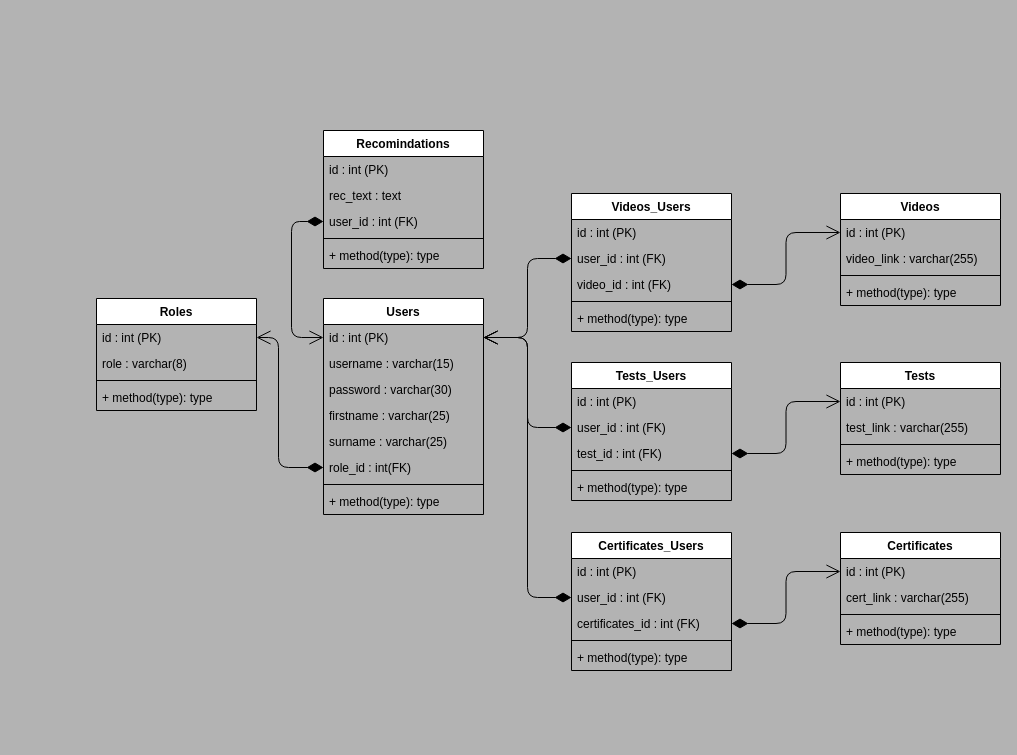
Above: Online_Curses_Support.drawio in Urlilka/Online_Curses_Support (draw.io), before the change. Source tidied: cells renumbered, new cells numbered last; positions are measured from the earlier drawing's top-left corner, leaving out a move shared by most shapes. Both pictures are drawn from the tidied source at 100%, with x=0, y=0 at pixel (96, 130).
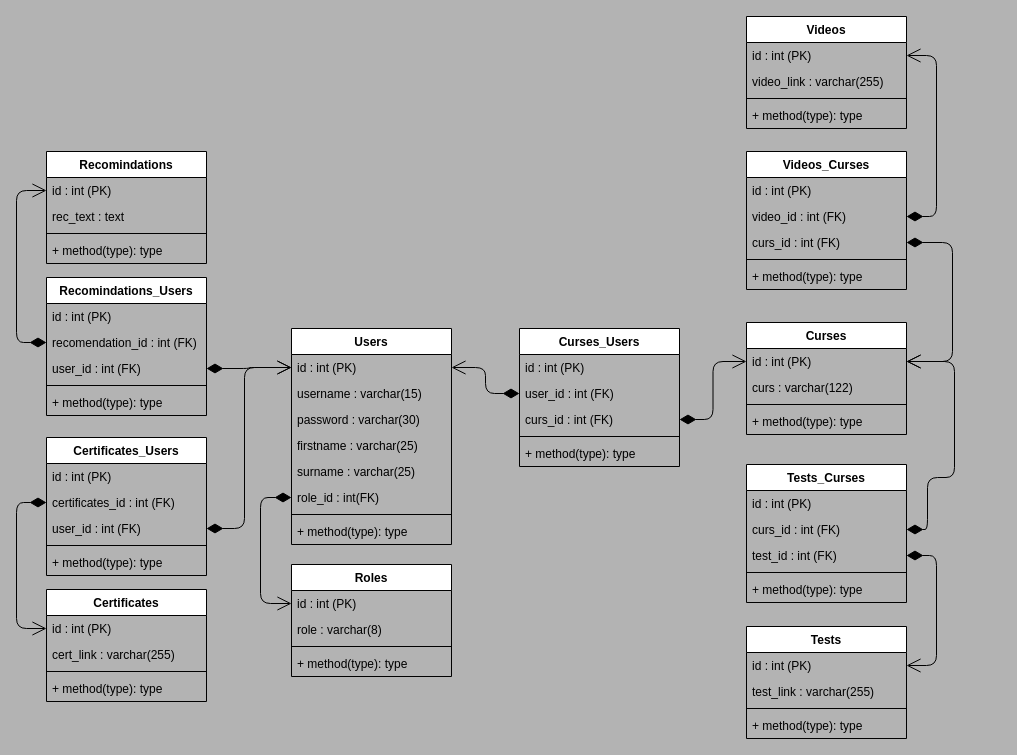
Above is the later version.

The change refers to these unchanged cells:
```xml
<mxCell id="3" value="id : int (PK)" style="text;strokeColor=none;fillColor=none;align=left;verticalAlign=top;spacingLeft=4;spacingRight=4;overflow=hidden;points=[[0,0.5],[1,0.5]];portConstraint=eastwest;" parent="2" vertex="1">
  <mxGeometry y="26" width="160" height="26" as="geometry" />
</mxCell>
<mxCell id="8" value="role_id : int(FK)" style="text;strokeColor=none;fillColor=none;align=left;verticalAlign=top;spacingLeft=4;spacingRight=4;overflow=hidden;points=[[0,0.5],[1,0.5]];portConstraint=eastwest;" parent="2" vertex="1">
  <mxGeometry y="156" width="160" height="26" as="geometry" />
</mxCell>
<mxCell id="12" value="id : int (PK)" style="text;strokeColor=none;fillColor=none;align=left;verticalAlign=top;spacingLeft=4;spacingRight=4;overflow=hidden;points=[[0,0.5],[1,0.5]];portConstraint=eastwest;" parent="11" vertex="1">
  <mxGeometry y="26" width="160" height="26" as="geometry" />
</mxCell>
<mxCell id="17" value="id : int (PK)" style="text;strokeColor=none;fillColor=none;align=left;verticalAlign=top;spacingLeft=4;spacingRight=4;overflow=hidden;points=[[0,0.5],[1,0.5]];portConstraint=eastwest;" parent="16" vertex="1">
  <mxGeometry y="26" width="160" height="26" as="geometry" />
</mxCell>
<mxCell id="27" value="id : int (PK)" style="text;strokeColor=none;fillColor=none;align=left;verticalAlign=top;spacingLeft=4;spacingRight=4;overflow=hidden;points=[[0,0.5],[1,0.5]];portConstraint=eastwest;" parent="26" vertex="1">
  <mxGeometry y="26" width="160" height="26" as="geometry" />
</mxCell>
<mxCell id="34" value="user_id : int (FK)" style="text;strokeColor=none;fillColor=none;align=left;verticalAlign=top;spacingLeft=4;spacingRight=4;overflow=hidden;points=[[0,0.5],[1,0.5]];portConstraint=eastwest;" parent="31" vertex="1">
  <mxGeometry y="78" width="160" height="26" as="geometry" />
</mxCell>
```

What changed in the source:
```diff
@@
     <mxCell id="2" value="Users" style="swimlane;fontStyle=1;align=center;verticalAlign=top;horizontal=1;startSize=26;" parent="1" vertex="1">
-      <mxGeometry x="227" y="168" width="160" height="216" as="geometry" />
+      <mxGeometry x="195" y="198" width="160" height="216" as="geometry" />
     </mxCell>
@@
     <mxCell id="11" value="Roles" style="swimlane;fontStyle=1;align=center;verticalAlign=top;horizontal=1;startSize=26;" parent="1" vertex="1">
-      <mxGeometry y="168" width="160" height="112" as="geometry" />
+      <mxGeometry x="195" y="434" width="160" height="112" as="geometry" />
     </mxCell>
@@
     <mxCell id="16" value="Videos" style="swimlane;fontStyle=1;align=center;verticalAlign=top;horizontal=1;startSize=26;" parent="1" vertex="1">
-      <mxGeometry x="744" y="63" width="160" height="112" as="geometry" />
+      <mxGeometry x="650" y="-114" width="160" height="112" as="geometry" />
     </mxCell>
@@
     <mxCell id="21" value="Tests" style="swimlane;fontStyle=1;align=center;verticalAlign=top;horizontal=1;startSize=26;" parent="1" vertex="1">
-      <mxGeometry x="744" y="232" width="160" height="112" as="geometry" />
+      <mxGeometry x="650" y="496" width="160" height="112" as="geometry" />
     </mxCell>
@@
     <mxCell id="26" value="Certificates" style="swimlane;fontStyle=1;align=center;verticalAlign=top;horizontal=1;startSize=26;" parent="1" vertex="1">
-      <mxGeometry x="744" y="402" width="160" height="112" as="geometry" />
+      <mxGeometry x="-50" y="459" width="160" height="112" as="geometry" />
     </mxCell>
@@
-    <mxCell id="31" value="Recomindations" style="swimlane;fontStyle=1;align=center;verticalAlign=top;horizontal=1;startSize=26;" parent="1" vertex="1">
-      <mxGeometry x="227" width="160" height="138" as="geometry" />
+    <mxCell id="31" value="Recomindations_Users" style="swimlane;fontStyle=1;align=center;verticalAlign=top;horizontal=1;startSize=26;" parent="1" vertex="1">
+      <mxGeometry x="-50" y="147" width="160" height="138" as="geometry" />
     </mxCell>
@@
-    <mxCell id="33" value="rec_text : text" style="text;strokeColor=none;fillColor=none;align=left;verticalAlign=top;spacingLeft=4;spacingRight=4;overflow=hidden;" parent="31" vertex="1">
-      <mxGeometry y="52" width="160" height="26" as="geometry" />
-    </mxCell>
+    <mxCell id="63" value="recomendation_id : int (FK)" style="text;strokeColor=none;fillColor=none;align=left;verticalAlign=top;spacingLeft=4;spacingRight=4;overflow=hidden;points=[[0,0.5],[1,0.5]];portConstraint=eastwest;" parent="31" vertex="1">
+      <mxGeometry y="52" width="160" height="26" as="geometry" />
+    </mxCell>
@@
-    <mxCell id="37" style="endArrow=open;html=1;endSize=12;startArrow=diamondThin;startSize=14;startFill=1;edgeStyle=orthogonalEdgeStyle;align=left;verticalAlign=bottom;entryX=1;entryY=0.5;entryDx=0;entryDy=0;exitX=0;exitY=0.5;exitDx=0;exitDy=0;" parent="1" edge="1" source="8" target="12">
+    <mxCell id="37" style="endArrow=open;html=1;endSize=12;startArrow=diamondThin;startSize=14;startFill=1;edgeStyle=orthogonalEdgeStyle;align=left;verticalAlign=bottom;entryX=0;entryY=0.5;entryDx=0;entryDy=0;exitX=0;exitY=0.5;exitDx=0;exitDy=0;" parent="1" edge="1" source="8" target="12">
       <mxGeometry x="-0.2" y="45" relative="1" as="geometry">
         <Array as="points">
-          <mxPoint x="182" y="337" />
-          <mxPoint x="182" y="207" />
+          <mxPoint x="164" y="367" />
+          <mxPoint x="164" y="473" />
         </Array>
       </mxGeometry>
     </mxCell>
-    <mxCell id="38" value="Videos_Users" style="swimlane;fontStyle=1;align=center;verticalAlign=top;horizontal=1;startSize=26;" parent="1" vertex="1">
-      <mxGeometry x="475" y="63" width="160" height="138" as="geometry" />
+    <mxCell id="38" value="Videos_Curses" style="swimlane;fontStyle=1;align=center;verticalAlign=top;horizontal=1;startSize=26;" parent="1" vertex="1">
+      <mxGeometry x="650" y="21" width="160" height="138" as="geometry" />
     </mxCell>
@@
+    <mxCell id="41" value="video_id : int (FK)" style="text;strokeColor=none;fillColor=none;align=left;verticalAlign=top;spacingLeft=4;spacingRight=4;overflow=hidden;points=[[0,0.5],[1,0.5]];portConstraint=eastwest;" parent="38" vertex="1">
+      <mxGeometry y="52" width="160" height="26" as="geometry" />
+    </mxCell>
-    <mxCell id="40" value="user_id : int (FK)" style="text;strokeColor=none;fillColor=none;align=left;verticalAlign=top;spacingLeft=4;spacingRight=4;overflow=hidden;points=[[0,0.5],[1,0.5]];portConstraint=eastwest;" parent="38" vertex="1">
-      <mxGeometry y="52" width="160" height="26" as="geometry" />
+    <mxCell id="40" value="curs_id : int (FK)" style="text;strokeColor=none;fillColor=none;align=left;verticalAlign=top;spacingLeft=4;spacingRight=4;overflow=hidden;points=[[0,0.5],[1,0.5]];portConstraint=eastwest;" parent="38" vertex="1">
+      <mxGeometry y="78" width="160" height="26" as="geometry" />
     </mxCell>
-    <mxCell id="41" value="video_id : int (FK)" style="text;strokeColor=none;fillColor=none;align=left;verticalAlign=top;spacingLeft=4;spacingRight=4;overflow=hidden;points=[[0,0.5],[1,0.5]];portConstraint=eastwest;" parent="38" vertex="1">
-      <mxGeometry y="78" width="160" height="26" as="geometry" />
-    </mxCell>
@@
-    <mxCell id="44" value="Tests_Users" style="swimlane;fontStyle=1;align=center;verticalAlign=top;horizontal=1;startSize=26;" parent="1" vertex="1">
-      <mxGeometry x="475" y="232" width="160" height="138" as="geometry" />
+    <mxCell id="44" value="Tests_Curses" style="swimlane;fontStyle=1;align=center;verticalAlign=top;horizontal=1;startSize=26;" parent="1" vertex="1">
+      <mxGeometry x="650" y="334" width="160" height="138" as="geometry" />
     </mxCell>
@@
-    <mxCell id="46" value="user_id : int (FK)" style="text;strokeColor=none;fillColor=none;align=left;verticalAlign=top;spacingLeft=4;spacingRight=4;overflow=hidden;points=[[0,0.5],[1,0.5]];portConstraint=eastwest;" parent="44" vertex="1">
+    <mxCell id="46" value="curs_id : int (FK)" style="text;strokeColor=none;fillColor=none;align=left;verticalAlign=top;spacingLeft=4;spacingRight=4;overflow=hidden;points=[[0,0.5],[1,0.5]];portConstraint=eastwest;" parent="44" vertex="1">
       <mxGeometry y="52" width="160" height="26" as="geometry" />
     </mxCell>
@@
     <mxCell id="50" value="Certificates_Users" style="swimlane;fontStyle=1;align=center;verticalAlign=top;horizontal=1;startSize=26;" parent="1" vertex="1">
-      <mxGeometry x="475" y="402" width="160" height="138" as="geometry" />
+      <mxGeometry x="-50" y="307" width="160" height="138" as="geometry" />
     </mxCell>
@@
+    <mxCell id="53" value="certificates_id : int (FK)" style="text;strokeColor=none;fillColor=none;align=left;verticalAlign=top;spacingLeft=4;spacingRight=4;overflow=hidden;points=[[0,0.5],[1,0.5]];portConstraint=eastwest;" parent="50" vertex="1">
+      <mxGeometry y="52" width="160" height="26" as="geometry" />
+    </mxCell>
     <mxCell id="52" value="user_id : int (FK)" style="text;strokeColor=none;fillColor=none;align=left;verticalAlign=top;spacingLeft=4;spacingRight=4;overflow=hidden;points=[[0,0.5],[1,0.5]];portConstraint=eastwest;" parent="50" vertex="1">
-      <mxGeometry y="52" width="160" height="26" as="geometry" />
+      <mxGeometry y="78" width="160" height="26" as="geometry" />
     </mxCell>
-    <mxCell id="53" value="certificates_id : int (FK)" style="text;strokeColor=none;fillColor=none;align=left;verticalAlign=top;spacingLeft=4;spacingRight=4;overflow=hidden;points=[[0,0.5],[1,0.5]];portConstraint=eastwest;" parent="50" vertex="1">
-      <mxGeometry y="78" width="160" height="26" as="geometry" />
-    </mxCell>
@@
-    <mxCell id="56" style="endArrow=open;html=1;endSize=12;startArrow=diamondThin;startSize=14;startFill=1;edgeStyle=orthogonalEdgeStyle;align=left;verticalAlign=bottom;exitX=0;exitY=0.5;exitDx=0;exitDy=0;entryX=0;entryY=0.5;entryDx=0;entryDy=0;" parent="1" edge="1" source="34" target="3">
-      <mxGeometry x="-0.2" y="45" relative="1" as="geometry">
-        <Array as="points">
-          <mxPoint x="195" y="91" />
-          <mxPoint x="195" y="207" />
-        </Array>
-      </mxGeometry>
+    <mxCell id="56" style="endArrow=open;html=1;endSize=12;startArrow=diamondThin;startSize=14;startFill=1;edgeStyle=orthogonalEdgeStyle;align=left;verticalAlign=bottom;entryX=0;entryY=0.5;entryDx=0;entryDy=0;exitX=1;exitY=0.5;exitDx=0;exitDy=0;" parent="1" edge="1" source="34" target="3">
+      <mxGeometry x="-0.2" y="45" relative="1" as="geometry" />
     </mxCell>
-    <mxCell id="57" style="edgeStyle=orthogonalEdgeStyle;rounded=1;jettySize=auto;html=1;exitX=0;exitY=0.5;exitDx=0;exitDy=0;entryX=1;entryY=0.5;entryDx=0;entryDy=0;startArrow=diamondThin;startFill=1;endSize=12;startSize=14;endArrow=open;endFill=0;" parent="1" edge="1" source="40" target="3">
+    <mxCell id="57" style="edgeStyle=orthogonalEdgeStyle;rounded=1;jettySize=auto;html=1;exitX=1;exitY=0.5;exitDx=0;exitDy=0;startArrow=diamondThin;startFill=1;endSize=12;startSize=14;endArrow=open;endFill=0;entryX=1;entryY=0.5;entryDx=0;entryDy=0;" parent="1" edge="1" source="40" target="70">
       <mxGeometry relative="1" as="geometry">
         <Array as="points">
-          <mxPoint x="431" y="128" />
-          <mxPoint x="431" y="207" />
+          <mxPoint x="856" y="112" />
+          <mxPoint x="856" y="231" />
         </Array>
       </mxGeometry>
     </mxCell>
-    <mxCell id="58" style="edgeStyle=orthogonalEdgeStyle;rounded=1;jettySize=auto;html=1;exitX=1;exitY=0.5;exitDx=0;exitDy=0;entryX=0;entryY=0.5;entryDx=0;entryDy=0;startArrow=diamondThin;startFill=1;endArrow=open;endFill=0;startSize=14;endSize=12;" parent="1" edge="1" source="41" target="17">
-      <mxGeometry relative="1" as="geometry" />
+    <mxCell id="58" style="edgeStyle=orthogonalEdgeStyle;rounded=1;jettySize=auto;html=1;startArrow=diamondThin;startFill=1;endArrow=open;endFill=0;startSize=14;endSize=12;exitX=1;exitY=0.5;exitDx=0;exitDy=0;entryX=1;entryY=0.5;entryDx=0;entryDy=0;" parent="1" edge="1" source="41" target="17">
+      <mxGeometry relative="1" as="geometry">
+        <Array as="points">
+          <mxPoint x="840" y="86" />
+          <mxPoint x="840" y="-75" />
+        </Array>
+      </mxGeometry>
     </mxCell>
-    <mxCell id="59" style="edgeStyle=orthogonalEdgeStyle;rounded=1;jettySize=auto;html=1;exitX=0;exitY=0.5;exitDx=0;exitDy=0;startArrow=diamondThin;startFill=1;endArrow=open;endFill=0;startSize=14;endSize=12;" parent="1" edge="1" source="46" target="3">
-      <mxGeometry relative="1" as="geometry" />
+    <mxCell id="59" style="edgeStyle=orthogonalEdgeStyle;rounded=1;jettySize=auto;html=1;exitX=1;exitY=0.5;exitDx=0;exitDy=0;startArrow=diamondThin;startFill=1;endArrow=open;endFill=0;startSize=14;endSize=12;entryX=1;entryY=0.5;entryDx=0;entryDy=0;" parent="1" edge="1" source="46" target="70">
+      <mxGeometry relative="1" as="geometry">
+        <Array as="points">
+          <mxPoint x="831" y="399" />
+          <mxPoint x="831" y="347" />
+          <mxPoint x="858" y="347" />
+          <mxPoint x="858" y="231" />
+        </Array>
+      </mxGeometry>
     </mxCell>
-    <mxCell id="60" style="edgeStyle=orthogonalEdgeStyle;rounded=1;jettySize=auto;html=1;exitX=0;exitY=0.5;exitDx=0;exitDy=0;startArrow=diamondThin;startFill=1;endArrow=open;endFill=0;startSize=14;endSize=12;" parent="1" edge="1" source="52" target="3">
-      <mxGeometry relative="1" as="geometry" />
+    <mxCell id="60" style="edgeStyle=orthogonalEdgeStyle;rounded=1;jettySize=auto;html=1;startArrow=diamondThin;startFill=1;endArrow=open;endFill=0;startSize=14;endSize=12;entryX=0;entryY=0.5;entryDx=0;entryDy=0;exitX=1;exitY=0.5;exitDx=0;exitDy=0;" parent="1" edge="1" source="52" target="3">
+      <mxGeometry relative="1" as="geometry">
+        <Array as="points">
+          <mxPoint x="148" y="398" />
+          <mxPoint x="148" y="237" />
+        </Array>
+      </mxGeometry>
     </mxCell>
-    <mxCell id="61" style="edgeStyle=orthogonalEdgeStyle;rounded=1;jettySize=auto;html=1;exitX=1;exitY=0.5;exitDx=0;exitDy=0;startArrow=diamondThin;startFill=1;endArrow=open;endFill=0;startSize=14;endSize=12;" parent="1" edge="1" source="53" target="27">
+    <mxCell id="61" style="edgeStyle=orthogonalEdgeStyle;rounded=1;jettySize=auto;html=1;startArrow=diamondThin;startFill=1;endArrow=open;endFill=0;startSize=14;endSize=12;entryX=0;entryY=0.5;entryDx=0;entryDy=0;" parent="1" edge="1" source="53" target="27">
       <mxGeometry relative="1" as="geometry" />
     </mxCell>
@@
+    <mxCell id="64" value="Recomindations" style="swimlane;fontStyle=1;align=center;verticalAlign=top;horizontal=1;startSize=26;" parent="1" vertex="1">
+      <mxGeometry x="-50" y="21" width="160" height="112" as="geometry" />
+    </mxCell>
+    <mxCell id="65" value="id : int (PK)" style="text;strokeColor=none;fillColor=none;align=left;verticalAlign=top;spacingLeft=4;spacingRight=4;overflow=hidden;points=[[0,0.5],[1,0.5]];portConstraint=eastwest;" parent="64" vertex="1">
+      <mxGeometry y="26" width="160" height="26" as="geometry" />
+    </mxCell>
+    <mxCell id="33" value="rec_text : text" style="text;strokeColor=none;fillColor=none;align=left;verticalAlign=top;spacingLeft=4;spacingRight=4;overflow=hidden;" parent="64" vertex="1">
+      <mxGeometry y="52" width="160" height="26" as="geometry" />
+    </mxCell>
+    <mxCell id="66" style="line;strokeWidth=1;fillColor=none;align=left;verticalAlign=middle;spacingTop=-1;spacingLeft=3;spacingRight=3;labelPosition=right;" parent="64" vertex="1">
+      <mxGeometry y="78" width="160" height="8" as="geometry" />
+    </mxCell>
+    <mxCell id="67" value="+ method(type): type" style="text;strokeColor=none;fillColor=none;align=left;verticalAlign=top;spacingLeft=4;spacingRight=4;overflow=hidden;" parent="64" vertex="1">
+      <mxGeometry y="86" width="160" height="26" as="geometry" />
+    </mxCell>
+    <mxCell id="68" style="edgeStyle=orthogonalEdgeStyle;rounded=1;jettySize=auto;html=1;entryX=0;entryY=0.5;entryDx=0;entryDy=0;align=left;verticalAlign=bottom;endArrow=open;endSize=12;startFill=1;startArrow=diamondThin;startSize=14;" parent="1" edge="1" source="63" target="65">
+      <mxGeometry relative="1" as="geometry" />
+    </mxCell>
+    <mxCell id="69" value="Curses" style="swimlane;fontStyle=1;align=center;verticalAlign=top;horizontal=1;startSize=26;" parent="1" vertex="1">
+      <mxGeometry x="650" y="192" width="160" height="112" as="geometry" />
+    </mxCell>
+    <mxCell id="70" value="id : int (PK)" style="text;strokeColor=none;fillColor=none;align=left;verticalAlign=top;spacingLeft=4;spacingRight=4;overflow=hidden;points=[[0,0.5],[1,0.5]];portConstraint=eastwest;" parent="69" vertex="1">
+      <mxGeometry y="26" width="160" height="26" as="geometry" />
+    </mxCell>
+    <mxCell id="71" value="curs : varchar(122)" style="text;strokeColor=none;fillColor=none;align=left;verticalAlign=top;spacingLeft=4;spacingRight=4;overflow=hidden;" parent="69" vertex="1">
+      <mxGeometry y="52" width="160" height="26" as="geometry" />
+    </mxCell>
+    <mxCell id="72" style="line;strokeWidth=1;fillColor=none;align=left;verticalAlign=middle;spacingTop=-1;spacingLeft=3;spacingRight=3;labelPosition=right;" parent="69" vertex="1">
+      <mxGeometry y="78" width="160" height="8" as="geometry" />
+    </mxCell>
+    <mxCell id="73" value="+ method(type): type" style="text;strokeColor=none;fillColor=none;align=left;verticalAlign=top;spacingLeft=4;spacingRight=4;overflow=hidden;" parent="69" vertex="1">
+      <mxGeometry y="86" width="160" height="26" as="geometry" />
+    </mxCell>
+    <mxCell id="74" value="Curses_Users" style="swimlane;fontStyle=1;align=center;verticalAlign=top;horizontal=1;startSize=26;" parent="1" vertex="1">
+      <mxGeometry x="423" y="198" width="160" height="138" as="geometry" />
+    </mxCell>
+    <mxCell id="75" value="id : int (PK)" style="text;strokeColor=none;fillColor=none;align=left;verticalAlign=top;spacingLeft=4;spacingRight=4;overflow=hidden;" parent="74" vertex="1">
+      <mxGeometry y="26" width="160" height="26" as="geometry" />
+    </mxCell>
+    <mxCell id="76" value="user_id : int (FK)" style="text;strokeColor=none;fillColor=none;align=left;verticalAlign=top;spacingLeft=4;spacingRight=4;overflow=hidden;points=[[0,0.5],[1,0.5]];portConstraint=eastwest;" parent="74" vertex="1">
+      <mxGeometry y="52" width="160" height="26" as="geometry" />
+    </mxCell>
+    <mxCell id="77" value="curs_id : int (FK)" style="text;strokeColor=none;fillColor=none;align=left;verticalAlign=top;spacingLeft=4;spacingRight=4;overflow=hidden;points=[[0,0.5],[1,0.5]];portConstraint=eastwest;" parent="74" vertex="1">
+      <mxGeometry y="78" width="160" height="26" as="geometry" />
+    </mxCell>
+    <mxCell id="78" style="line;strokeWidth=1;fillColor=none;align=left;verticalAlign=middle;spacingTop=-1;spacingLeft=3;spacingRight=3;labelPosition=right;" parent="74" vertex="1">
+      <mxGeometry y="104" width="160" height="8" as="geometry" />
+    </mxCell>
+    <mxCell id="79" value="+ method(type): type" style="text;strokeColor=none;fillColor=none;align=left;verticalAlign=top;spacingLeft=4;spacingRight=4;overflow=hidden;" parent="74" vertex="1">
+      <mxGeometry y="112" width="160" height="26" as="geometry" />
+    </mxCell>
+    <mxCell id="80" style="edgeStyle=orthogonalEdgeStyle;jettySize=auto;html=1;exitX=0;exitY=0.5;exitDx=0;exitDy=0;entryX=1;entryY=0.5;entryDx=0;entryDy=0;startArrow=diamondThin;startFill=1;endArrow=open;startSize=14;endSize=12;align=left;verticalAlign=bottom;" parent="1" edge="1" source="76" target="3">
+      <mxGeometry relative="1" as="geometry" />
+    </mxCell>
+    <mxCell id="81" style="edgeStyle=orthogonalEdgeStyle;jettySize=auto;html=1;exitX=1;exitY=0.5;exitDx=0;exitDy=0;entryX=0;entryY=0.5;entryDx=0;entryDy=0;startArrow=diamondThin;startFill=1;endArrow=open;startSize=14;endSize=12;align=left;verticalAlign=bottom;" parent="1" edge="1" source="77" target="70">
+      <mxGeometry relative="1" as="geometry" />
+    </mxCell>
```
